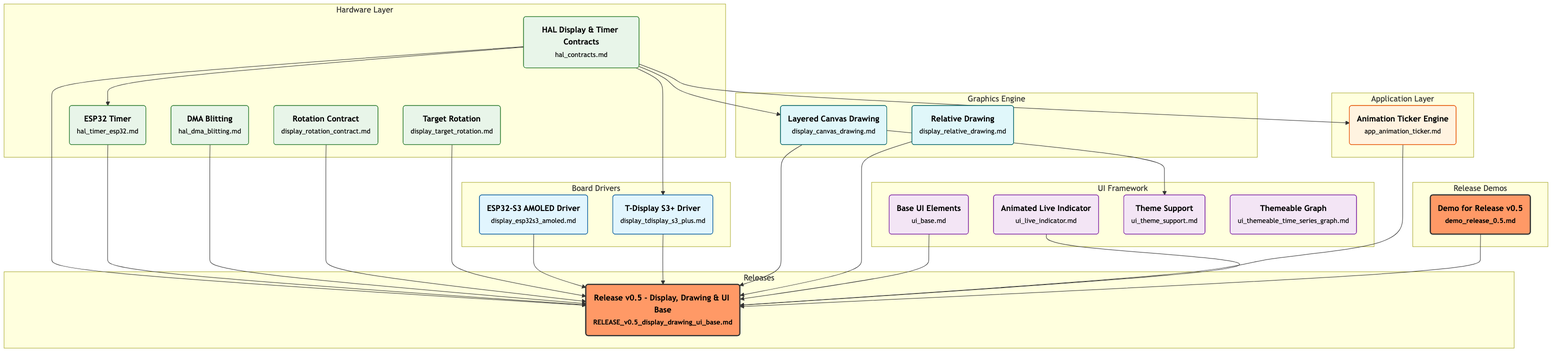
Above: feature_graph.png in rlabarca/LPad (Mermaid), before the change. Its source is kept beside it as feature_graph.mmd.
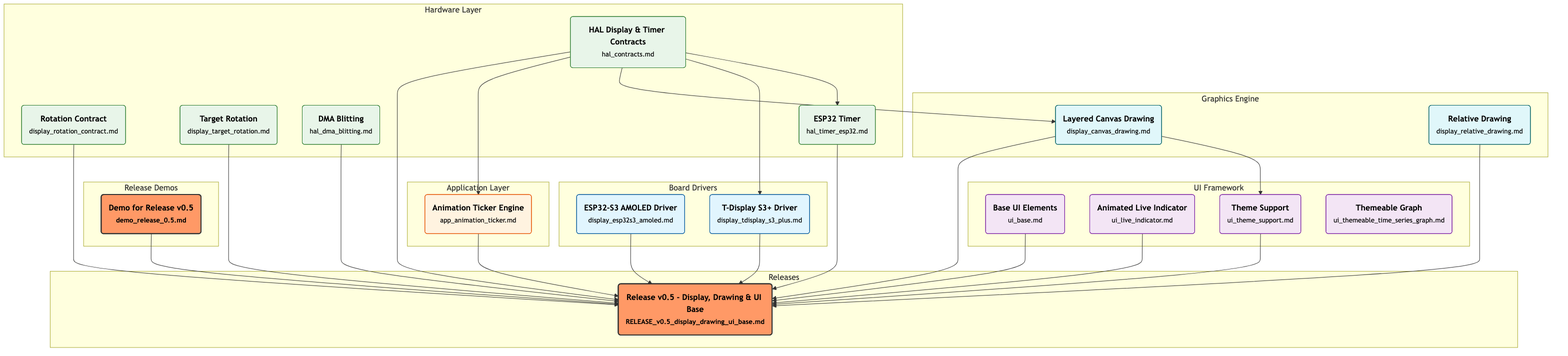
The same file after the commit.

Commit message:
chore(process): Define runtime theme architecture and demo validation

Change to the diagram source:
```diff
@@ -62,6 +62,7 @@
     ui_base --> RELEASE_v0_5_display_drawing_ui_base
     app_animation_ticker --> RELEASE_v0_5_display_drawing_ui_base
     ui_live_indicator --> RELEASE_v0_5_display_drawing_ui_base
+    ui_theme_support --> RELEASE_v0_5_display_drawing_ui_base
     demo_release_0_5 --> RELEASE_v0_5_display_drawing_ui_base
     hal_contracts --> app_animation_ticker
     hal_contracts --> display_canvas_drawing
```
